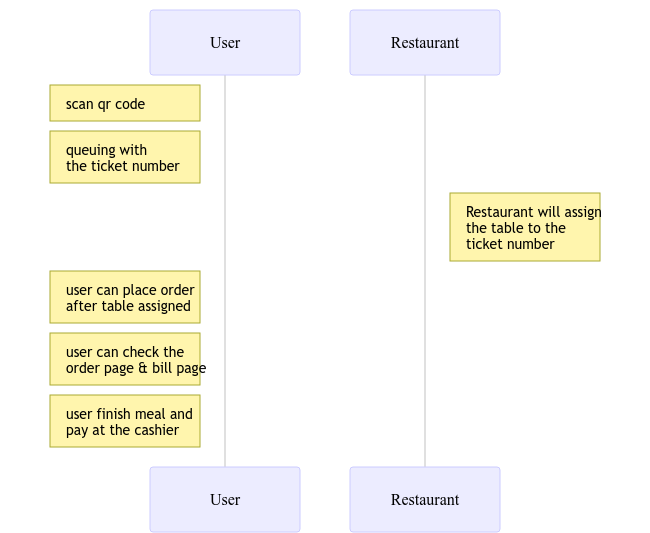
Before: docs/flows/grand_picture/scenario1.png, a diagram exported from Mermaid (LynkedKK/QA_test_scripts). Its source is kept beside it as docs/flows/grand_picture/scenario1.mmd. Its diagram source:
```mermaid
sequenceDiagram
    participant User
    participant Restaurant
    Note left of User: scan qr code
    Note left of User: queuing with <br/>the ticket number
    Note right of Restaurant: Restaurant will assign <br/> the table to the<br/> ticket number
    Note left of User: user can place order <br/> after table assigned
    Note left of User: user can check the<br/> order page & bill page
    Note left of User: user finish meal and<br/> pay at the cashier
```
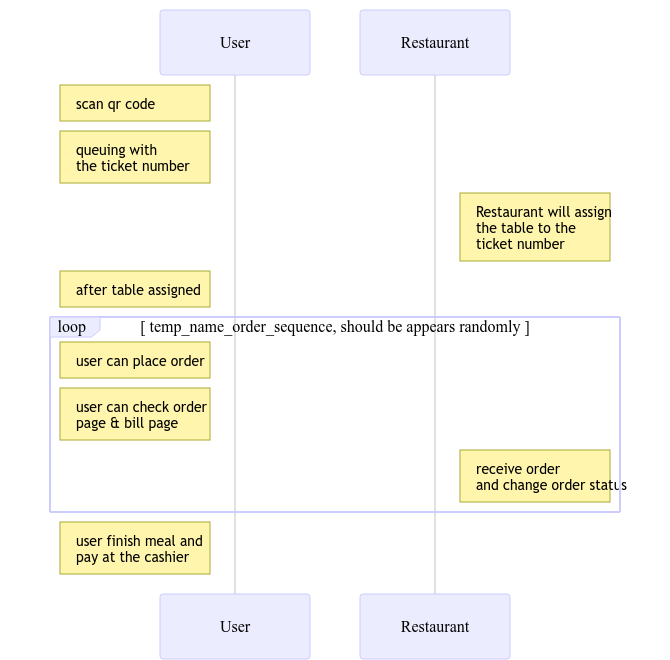
Above is the later version.

Change to the diagram source:
```diff
@@ -4,6 +4,12 @@
     Note left of User: scan qr code
     Note left of User: queuing with <br/>the ticket number
     Note right of Restaurant: Restaurant will assign <br/> the table to the<br/> ticket number
-    Note left of User: user can place order <br/> after table assigned
-    Note left of User: user can check the<br/> order page & bill page
+    Note left of User: after table assigned
+
+    loop temp_name_order_sequence, should be appears randomly
+      Note left of User: user can place order
+      Note left of User: user can check order <br/> page & bill page
+      Note right of Restaurant: receive order<br/> and change order status
+    end
+
     Note left of User: user finish meal and<br/> pay at the cashier
```
